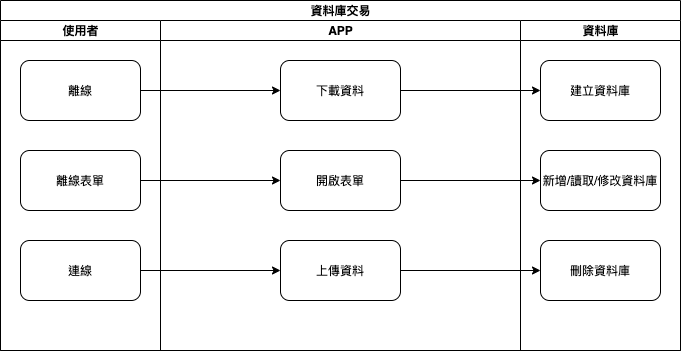
ArcareRD/sadocs keeps this draw.io diagram as 8.10.0/UPDATE/ITEM_1/MAE/image/workflow_database.png. Above is the earlier version. Source tidied: cells renumbered, new cells last; positions are measured from the earlier drawing's top-left corner, leaving out a move shared by most shapes.
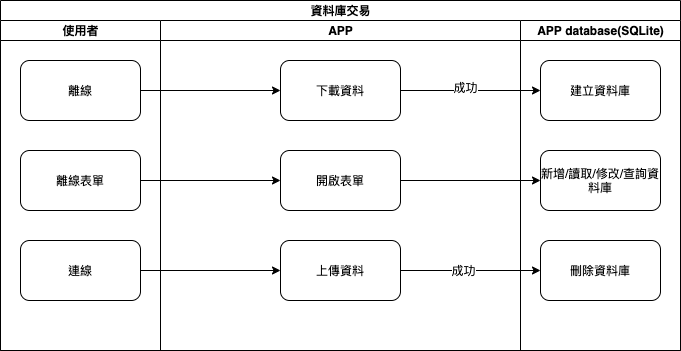
After the commit.

What changed in the source:
```diff
@@ -29,13 +29,13 @@
     <mxCell id="10" value="上傳資料" style="rounded=1;whiteSpace=wrap;html=1;" parent="7" vertex="1">
       <mxGeometry x="120" y="220" width="120" height="60" as="geometry" />
     </mxCell>
-    <mxCell id="11" value="資料庫" style="swimlane;html=1;startSize=20;" parent="2" vertex="1">
+    <mxCell id="11" value="APP database(SQLite)" style="swimlane;html=1;startSize=20;" parent="2" vertex="1">
       <mxGeometry x="520" y="20" width="160" height="330" as="geometry" />
     </mxCell>
     <mxCell id="12" value="建立資料庫" style="rounded=1;whiteSpace=wrap;html=1;" parent="11" vertex="1">
       <mxGeometry x="20" y="40" width="120" height="60" as="geometry" />
     </mxCell>
-    <mxCell id="13" value="新增/讀取/修改資料庫" style="whiteSpace=wrap;html=1;rounded=1;" parent="11" vertex="1">
+    <mxCell id="13" value="新增/讀取/修改/查詢資料庫" style="whiteSpace=wrap;html=1;rounded=1;" parent="11" vertex="1">
       <mxGeometry x="20" y="130" width="120" height="60" as="geometry" />
     </mxCell>
     <mxCell id="14" value="刪除資料庫" style="whiteSpace=wrap;html=1;rounded=1;" parent="11" vertex="1">
@@ -47,6 +47,9 @@
     <mxCell id="16" style="edgeStyle=orthogonalEdgeStyle;rounded=1;jettySize=auto;html=1;exitX=1;exitY=0.5;exitDx=0;exitDy=0;entryX=0;entryY=0.5;entryDx=0;entryDy=0;strokeColor=#000000;" parent="2" edge="1" source="8" target="12">
       <mxGeometry relative="1" as="geometry" />
     </mxCell>
+    <mxCell id="21" value="成功" style="edgeLabel;html=1;align=center;verticalAlign=middle;" parent="16" vertex="1">
+      <mxGeometry x="-0.09" y="4" relative="1" as="geometry" />
+    </mxCell>
     <mxCell id="17" style="edgeStyle=orthogonalEdgeStyle;rounded=1;jettySize=auto;html=1;strokeColor=#000000;" parent="2" edge="1" source="5" target="9">
       <mxGeometry relative="1" as="geometry" />
     </mxCell>
@@ -59,5 +62,8 @@
     <mxCell id="20" style="edgeStyle=orthogonalEdgeStyle;rounded=1;jettySize=auto;html=1;strokeColor=#000000;" parent="2" edge="1" source="10" target="14">
       <mxGeometry relative="1" as="geometry" />
     </mxCell>
+    <mxCell id="22" value="成功" style="edgeLabel;html=1;align=center;verticalAlign=middle;" parent="20" vertex="1">
+      <mxGeometry x="-0.11" y="1" relative="1" as="geometry" />
+    </mxCell>
   </root>
 </mxGraphModel>
```
